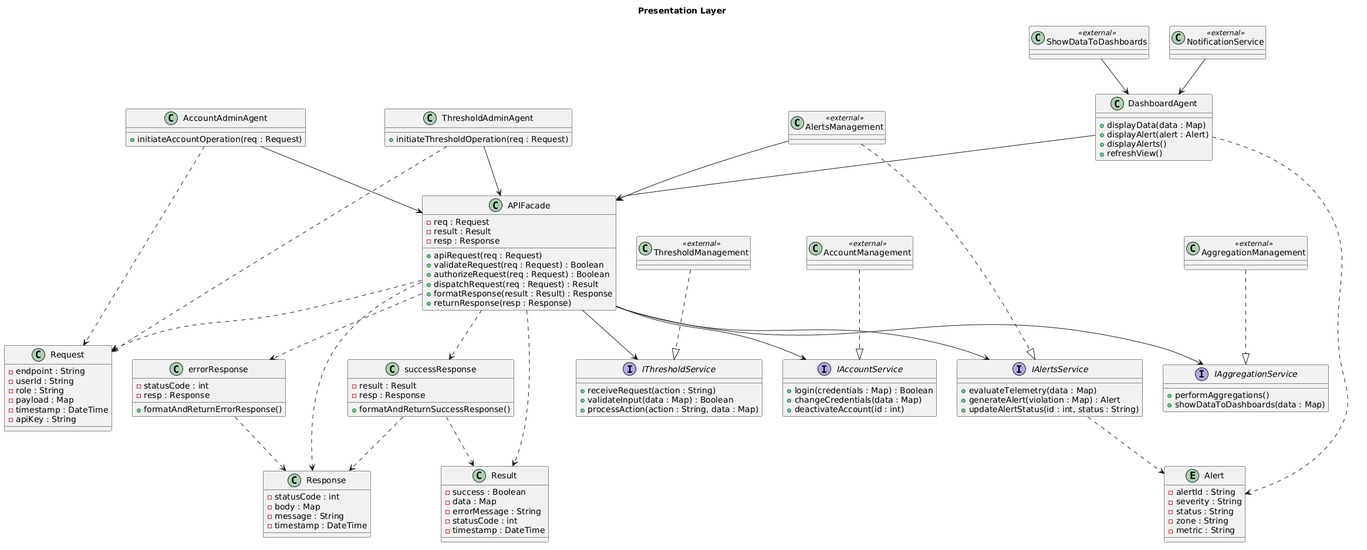
Earlier version of the PlantUML export docs/diagrams/compiled/class/API_Facade_Class_Diagram.png (harmanpreet-sagar/SFWRENG-3A04-Group6-T01).
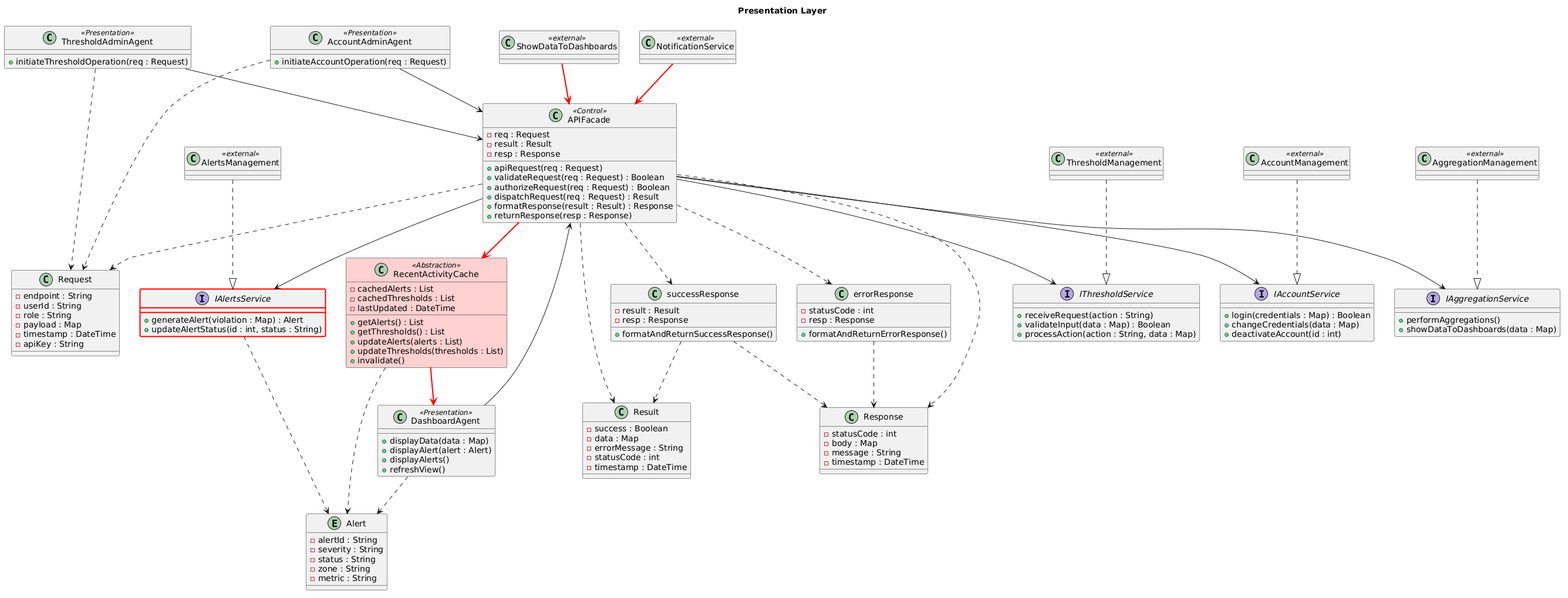
Later version of the same file.

Diff of the diagram source:
```diff
@@ -45,22 +45,33 @@
   -metric : String
 }
 
-class AccountAdminAgent {
+class AccountAdminAgent <<Presentation>> {
   +initiateAccountOperation(req : Request)
 }
 
-class ThresholdAdminAgent {
+class ThresholdAdminAgent <<Presentation>> {
   +initiateThresholdOperation(req : Request)
 }
 
-class DashboardAgent {
+class DashboardAgent <<Presentation>> {
   +displayData(data : Map)
   +displayAlert(alert : Alert)
   +displayAlerts()
   +refreshView()
 }
 
-class APIFacade {
+class RecentActivityCache <<Abstraction>> #FFD0D0 {
+  -cachedAlerts : List
+  -cachedThresholds : List
+  -lastUpdated : DateTime
+  +getAlerts() : List
+  +getThresholds() : List
+  +updateAlerts(alerts : List)
+  +updateThresholds(thresholds : List)
+  +invalidate()
+}
+
+class APIFacade <<Control>> {
   -req : Request
   -result : Result
   -resp : Response
@@ -84,8 +95,7 @@
   +deactivateAccount(id : int)
 }
 
-interface IAlertsService {
-  +evaluateTelemetry(data : Map)
+interface IAlertsService ##[bold]red {
   +generateAlert(violation : Map) : Alert
   +updateAlertStatus(id : int, status : String)
 }
@@ -117,6 +127,9 @@
 ThresholdAdminAgent --> APIFacade
 DashboardAgent      --> APIFacade
 
+APIFacade           -[#red,bold]-> RecentActivityCache
+RecentActivityCache -[#red,bold]-> DashboardAgent
+
 APIFacade --> IThresholdService
 APIFacade --> IAccountService
 APIFacade --> IAlertsService
@@ -131,6 +144,7 @@
 ThresholdAdminAgent ..> Request
 DashboardAgent     ..> Alert
 IAlertsService     ..> Alert
+RecentActivityCache ..> Alert
 successResponse    ..> Result
 successResponse    ..> Response
 errorResponse      ..> Response
@@ -140,7 +154,6 @@
 AlertsManagement      ..|> IAlertsService
 AggregationManagement ..|> IAggregationService
 
-ShowDataToDashboards  --> DashboardAgent
-NotificationService   --> DashboardAgent
-AlertsManagement      --> APIFacade
+ShowDataToDashboards  -[#red,bold]-> APIFacade
+NotificationService   -[#red,bold]-> APIFacade
 @enduml
```
